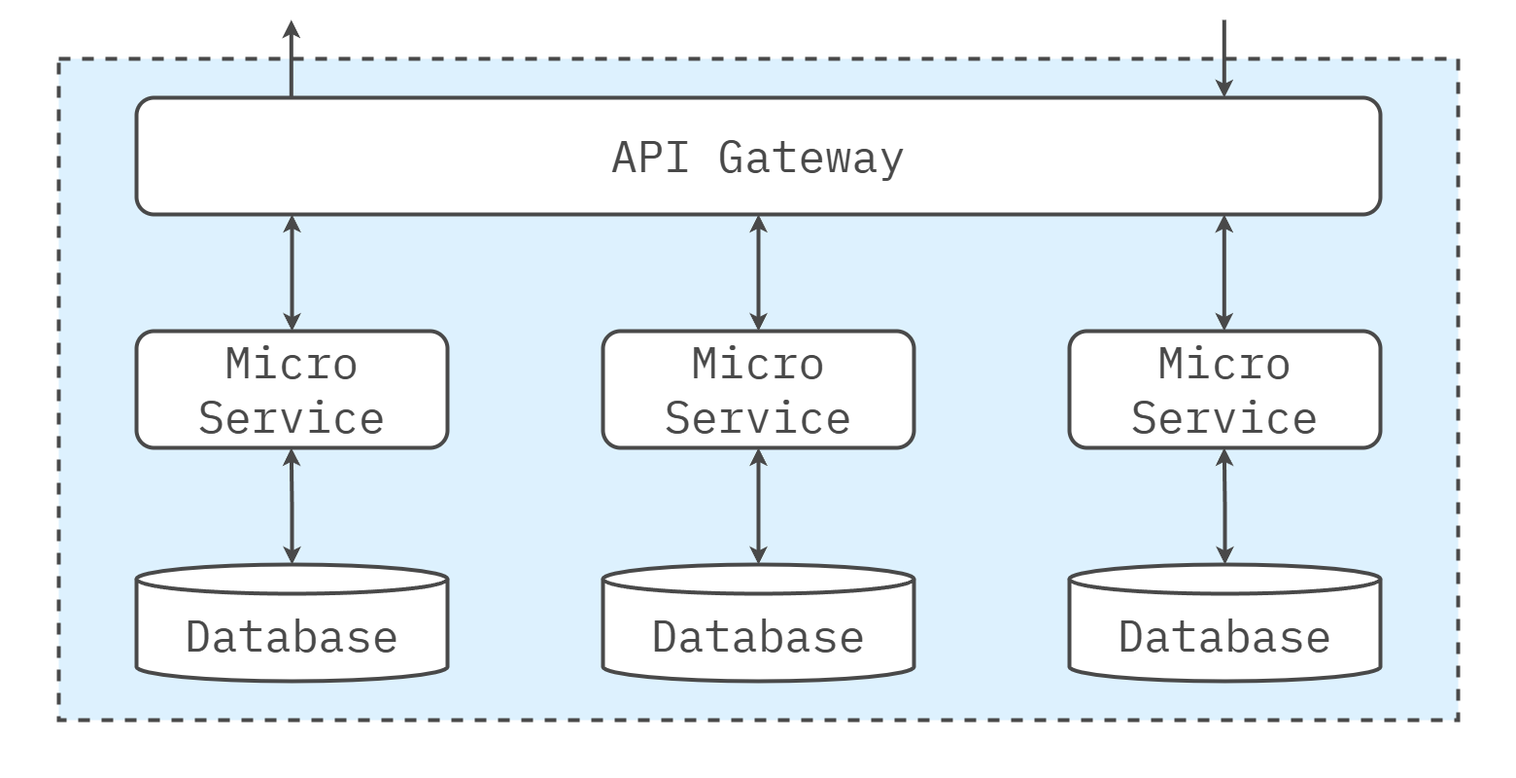
Before: images/architecture/fundamentals/styles.microservices.drawio.png, a diagram exported from draw.io (software-architecture-guild/software-architecture-guild.github.io). Source tidied: cells renumbered, new cells last; positions are measured from the earlier drawing's top-left corner, leaving out a move shared by most shapes.
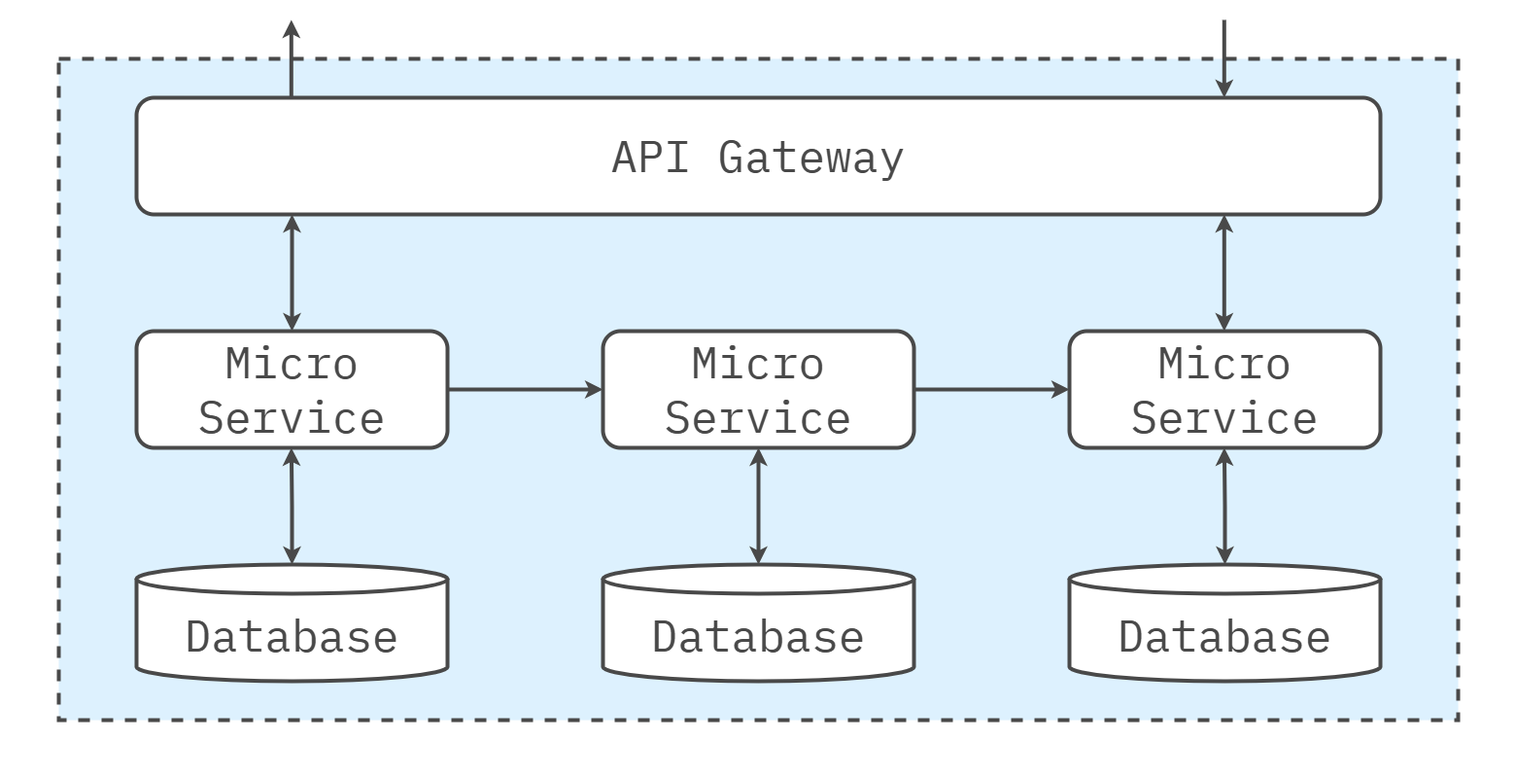
Above is the later version.

What changed in the source:
```diff
@@ -40,12 +40,6 @@
     <mxCell id="11" value="Database" style="shape=cylinder3;whiteSpace=wrap;html=1;boundedLbl=1;backgroundOutline=1;size=15;rounded=1;strokeColor=#494949;strokeWidth=4;align=center;verticalAlign=middle;fontFamily=IBM Plex Mono;fontSource=https%3A%2F%2Ffonts.googleapis.com%2Fcss%3Ffamily%3DIBM%2BPlex%2BMono;fontSize=46;fontColor=#494949;fillColor=#FFFFFF;" parent="1" vertex="1">
       <mxGeometry x="140" y="580" width="320" height="120" as="geometry" />
     </mxCell>
-    <mxCell id="12" style="endArrow=classic;html=1;rounded=0;fontFamily=IBM Plex Mono;fontSource=https%3A%2F%2Ffonts.googleapis.com%2Fcss%3Ffamily%3DIBM%2BPlex%2BMono;fontSize=64;fontColor=#494949;strokeColor=#494949;strokeWidth=4;exitX=0.5;exitY=0;exitDx=0;exitDy=0;startArrow=classic;startFill=1;" parent="1" edge="1">
-      <mxGeometry relative="1" as="geometry">
-        <mxPoint x="780" y="340" as="sourcePoint" />
-        <mxPoint x="780" y="220" as="targetPoint" />
-      </mxGeometry>
-    </mxCell>
     <mxCell id="13" style="endArrow=classic;html=1;rounded=0;fontFamily=IBM Plex Mono;fontSource=https%3A%2F%2Ffonts.googleapis.com%2Fcss%3Ffamily%3DIBM%2BPlex%2BMono;fontSize=64;fontColor=#494949;strokeColor=#494949;strokeWidth=4;exitX=0.5;exitY=0;exitDx=0;exitDy=0;startArrow=classic;startFill=1;" parent="1" edge="1">
       <mxGeometry relative="1" as="geometry">
         <mxPoint x="1259.3" y="340" as="sourcePoint" />
@@ -74,5 +68,11 @@
     <mxCell id="18" value="Database" style="shape=cylinder3;whiteSpace=wrap;html=1;boundedLbl=1;backgroundOutline=1;size=15;rounded=1;strokeColor=#494949;strokeWidth=4;align=center;verticalAlign=middle;fontFamily=IBM Plex Mono;fontSource=https%3A%2F%2Ffonts.googleapis.com%2Fcss%3Ffamily%3DIBM%2BPlex%2BMono;fontSize=46;fontColor=#494949;fillColor=#FFFFFF;" parent="1" vertex="1">
       <mxGeometry x="1100" y="580" width="320" height="120" as="geometry" />
     </mxCell>
+    <mxCell id="19" style="endArrow=classic;html=1;rounded=0;fontFamily=IBM Plex Mono;fontSource=https%3A%2F%2Ffonts.googleapis.com%2Fcss%3Ffamily%3DIBM%2BPlex%2BMono;fontSize=64;fontColor=#494949;strokeColor=#494949;strokeWidth=4;exitX=1;exitY=0.5;exitDx=0;exitDy=0;startArrow=none;startFill=0;edgeStyle=orthogonalEdgeStyle;entryX=0;entryY=0.5;entryDx=0;entryDy=0;" parent="1" edge="1" source="8" target="9">
+      <mxGeometry relative="1" as="geometry" />
+    </mxCell>
+    <mxCell id="20" style="endArrow=classic;html=1;rounded=0;fontFamily=IBM Plex Mono;fontSource=https%3A%2F%2Ffonts.googleapis.com%2Fcss%3Ffamily%3DIBM%2BPlex%2BMono;fontSize=64;fontColor=#494949;strokeColor=#494949;strokeWidth=4;exitX=1;exitY=0.5;exitDx=0;exitDy=0;startArrow=none;startFill=0;edgeStyle=orthogonalEdgeStyle;entryX=0;entryY=0.5;entryDx=0;entryDy=0;" parent="1" edge="1" source="9" target="5">
+      <mxGeometry relative="1" as="geometry" />
+    </mxCell>
   </root>
 </mxGraphModel>
```
